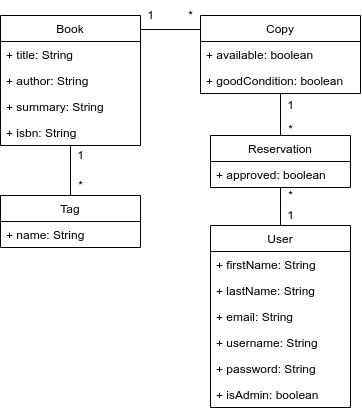
The draw.io diagram class diagram.drawio.png in LauretteBuitenhuis/BookRental, before a commit. Source tidied: cells renumbered, new cells last; positions are measured from the earlier drawing's top-left corner, leaving out a move shared by most shapes.
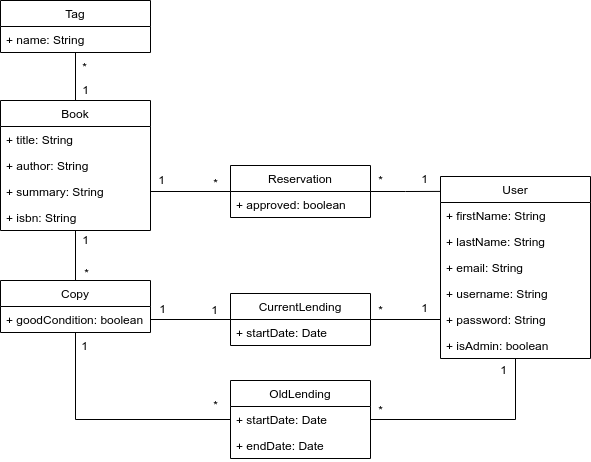
Later version of the same file.

Commit message:
class diagram bijgewerkt

The edit, as a diff of the source:
```diff
@@ -2,105 +2,148 @@
   <root>
     <mxCell id="0" />
     <mxCell id="1" parent="0" />
-    <mxCell id="2" style="edgeStyle=orthogonalEdgeStyle;rounded=0;orthogonalLoop=1;jettySize=auto;html=1;endArrow=none;endFill=0;" parent="1" edge="1">
-      <mxGeometry relative="1" as="geometry">
-        <mxPoint x="140" y="29" as="sourcePoint" />
-        <mxPoint x="200" y="29" as="targetPoint" />
-        <Array as="points">
-          <mxPoint x="150" y="29" />
-          <mxPoint x="150" y="29" />
-        </Array>
-      </mxGeometry>
-    </mxCell>
+    <mxCell id="33" style="edgeStyle=orthogonalEdgeStyle;rounded=0;jettySize=auto;html=1;exitX=0.5;exitY=0;exitDx=0;exitDy=0;endArrow=none;endFill=0;" parent="1" edge="1" source="3" target="9">
+      <mxGeometry relative="1" as="geometry" />
+    </mxCell>
     <mxCell id="3" value="Book" style="swimlane;fontStyle=0;horizontal=1;startSize=26;fillColor=none;" parent="1" vertex="1">
-      <mxGeometry y="15" width="140" height="130" as="geometry" />
+      <mxGeometry x="-50" y="35" width="150" height="130" as="geometry" />
     </mxCell>
     <mxCell id="4" value="+ title: String" style="text;strokeColor=none;fillColor=none;align=left;verticalAlign=top;spacingLeft=4;spacingRight=4;overflow=hidden;" parent="3" vertex="1">
-      <mxGeometry y="26" width="140" height="26" as="geometry" />
+      <mxGeometry y="26" width="150" height="26" as="geometry" />
     </mxCell>
     <mxCell id="5" value="+ author: String" style="text;strokeColor=none;fillColor=none;align=left;verticalAlign=top;spacingLeft=4;spacingRight=4;overflow=hidden;" parent="3" vertex="1">
-      <mxGeometry y="52" width="140" height="26" as="geometry" />
+      <mxGeometry y="52" width="150" height="26" as="geometry" />
     </mxCell>
     <mxCell id="6" value="+ summary: String" style="text;strokeColor=none;fillColor=none;align=left;verticalAlign=top;spacingLeft=4;spacingRight=4;overflow=hidden;points=[[0,0.5],[1,0.5]];portConstraint=eastwest;" parent="3" vertex="1">
-      <mxGeometry y="78" width="140" height="26" as="geometry" />
+      <mxGeometry y="78" width="150" height="26" as="geometry" />
     </mxCell>
     <mxCell id="7" value="+ isbn: String" style="text;strokeColor=none;fillColor=none;align=left;verticalAlign=top;spacingLeft=4;spacingRight=4;overflow=hidden;points=[[0,0.5],[1,0.5]];portConstraint=eastwest;" parent="3" vertex="1">
-      <mxGeometry y="104" width="140" height="26" as="geometry" />
+      <mxGeometry y="104" width="150" height="26" as="geometry" />
     </mxCell>
-    <mxCell id="8" style="edgeStyle=orthogonalEdgeStyle;rounded=0;jettySize=auto;html=1;exitX=0.5;exitY=0;exitDx=0;exitDy=0;entryX=0.5;entryY=0.991;entryDx=0;entryDy=0;entryPerimeter=0;endArrow=none;endFill=0;" parent="1" edge="1" source="9" target="7">
-      <mxGeometry relative="1" as="geometry" />
-    </mxCell>
     <mxCell id="9" value="Tag" style="swimlane;fontStyle=0;horizontal=1;startSize=26;fillColor=none;" parent="1" vertex="1">
-      <mxGeometry y="195" width="140" height="52" as="geometry" />
+      <mxGeometry x="-50" y="-65" width="150" height="52" as="geometry" />
     </mxCell>
     <mxCell id="10" value="+ name: String" style="text;strokeColor=none;fillColor=none;align=left;verticalAlign=top;spacingLeft=4;spacingRight=4;overflow=hidden;" parent="9" vertex="1">
-      <mxGeometry y="26" width="140" height="26" as="geometry" />
+      <mxGeometry y="26" width="150" height="26" as="geometry" />
     </mxCell>
     <mxCell id="11" value="User" style="swimlane;fontStyle=0;horizontal=1;startSize=26;fillColor=none;" parent="1" vertex="1">
-      <mxGeometry x="210" y="225" width="140" height="182" as="geometry" />
+      <mxGeometry x="390" y="111" width="150" height="182" as="geometry" />
     </mxCell>
     <mxCell id="12" value="+ firstName: String" style="text;strokeColor=none;fillColor=none;align=left;verticalAlign=top;spacingLeft=4;spacingRight=4;overflow=hidden;" parent="11" vertex="1">
-      <mxGeometry y="26" width="140" height="26" as="geometry" />
+      <mxGeometry y="26" width="150" height="26" as="geometry" />
     </mxCell>
     <mxCell id="13" value="+ lastName: String" style="text;strokeColor=none;fillColor=none;align=left;verticalAlign=top;spacingLeft=4;spacingRight=4;overflow=hidden;" parent="11" vertex="1">
-      <mxGeometry y="52" width="140" height="26" as="geometry" />
+      <mxGeometry y="52" width="150" height="26" as="geometry" />
     </mxCell>
     <mxCell id="14" value="+ email: String" style="text;strokeColor=none;fillColor=none;align=left;verticalAlign=top;spacingLeft=4;spacingRight=4;overflow=hidden;" parent="11" vertex="1">
-      <mxGeometry y="78" width="140" height="26" as="geometry" />
+      <mxGeometry y="78" width="150" height="26" as="geometry" />
     </mxCell>
     <mxCell id="15" value="+ username: String" style="text;strokeColor=none;fillColor=none;align=left;verticalAlign=top;spacingLeft=4;spacingRight=4;overflow=hidden;" parent="11" vertex="1">
-      <mxGeometry y="104" width="140" height="26" as="geometry" />
+      <mxGeometry y="104" width="150" height="26" as="geometry" />
     </mxCell>
     <mxCell id="16" value="+ password: String" style="text;strokeColor=none;fillColor=none;align=left;verticalAlign=top;spacingLeft=4;spacingRight=4;overflow=hidden;points=[[0,0.5],[1,0.5]];portConstraint=eastwest;" parent="11" vertex="1">
-      <mxGeometry y="130" width="140" height="26" as="geometry" />
+      <mxGeometry y="130" width="150" height="26" as="geometry" />
     </mxCell>
     <mxCell id="17" value="+ isAdmin: boolean" style="text;strokeColor=none;fillColor=none;align=left;verticalAlign=top;spacingLeft=4;spacingRight=4;overflow=hidden;" parent="11" vertex="1">
-      <mxGeometry y="156" width="140" height="26" as="geometry" />
+      <mxGeometry y="156" width="150" height="26" as="geometry" />
     </mxCell>
-    <mxCell id="18" style="edgeStyle=orthogonalEdgeStyle;rounded=0;jettySize=auto;html=1;entryX=0.5;entryY=0;entryDx=0;entryDy=0;endArrow=none;endFill=0;" parent="1" edge="1" source="19" target="11">
-      <mxGeometry relative="1" as="geometry" />
-    </mxCell>
+    <mxCell id="34" style="edgeStyle=orthogonalEdgeStyle;rounded=0;jettySize=auto;html=1;entryX=0;entryY=0.5;entryDx=0;entryDy=0;endArrow=none;endFill=0;" parent="1" edge="1" source="19" target="16">
+      <mxGeometry relative="1" as="geometry" />
+    </mxCell>
-    <mxCell id="19" value="Reservation" style="swimlane;fontStyle=0;horizontal=1;startSize=26;fillColor=none;" parent="1" vertex="1">
-      <mxGeometry x="210" y="135" width="140" height="52" as="geometry" />
+    <mxCell id="19" value="CurrentLending" style="swimlane;fontStyle=0;horizontal=1;startSize=26;fillColor=none;" parent="1" vertex="1">
+      <mxGeometry x="180" y="228" width="140" height="52" as="geometry" />
     </mxCell>
-    <mxCell id="20" value="+ approved: boolean" style="text;strokeColor=none;fillColor=none;align=left;verticalAlign=top;spacingLeft=4;spacingRight=4;overflow=hidden;" parent="19" vertex="1">
+    <mxCell id="20" value="+ startDate: Date" style="text;strokeColor=none;fillColor=none;align=left;verticalAlign=top;spacingLeft=4;spacingRight=4;overflow=hidden;" parent="19" vertex="1">
       <mxGeometry y="26" width="140" height="26" as="geometry" />
     </mxCell>
-    <mxCell id="21" style="edgeStyle=orthogonalEdgeStyle;rounded=0;jettySize=auto;html=1;entryX=0.5;entryY=0;entryDx=0;entryDy=0;endArrow=none;endFill=0;" parent="1" edge="1" source="22" target="19">
-      <mxGeometry relative="1" as="geometry" />
-    </mxCell>
+    <mxCell id="35" style="edgeStyle=orthogonalEdgeStyle;rounded=0;jettySize=auto;html=1;exitX=0.5;exitY=0;exitDx=0;exitDy=0;endArrow=none;endFill=0;" parent="1" edge="1" source="22" target="3">
+      <mxGeometry relative="1" as="geometry" />
+    </mxCell>
+    <mxCell id="36" style="edgeStyle=orthogonalEdgeStyle;rounded=0;jettySize=auto;html=1;endArrow=none;endFill=0;" parent="1" edge="1" source="22" target="51">
+      <mxGeometry relative="1" as="geometry" />
+    </mxCell>
     <mxCell id="22" value="Copy" style="swimlane;fontStyle=0;horizontal=1;startSize=26;fillColor=none;" parent="1" vertex="1">
-      <mxGeometry x="200" y="15" width="160" height="78" as="geometry" />
+      <mxGeometry x="-50" y="215" width="150" height="52" as="geometry" />
     </mxCell>
-    <mxCell id="23" value="+ available: boolean" style="text;strokeColor=none;fillColor=none;align=left;verticalAlign=top;spacingLeft=4;spacingRight=4;overflow=hidden;" parent="22" vertex="1">
-      <mxGeometry y="26" width="160" height="26" as="geometry" />
-    </mxCell>
     <mxCell id="24" value="+ goodCondition: boolean" style="text;strokeColor=none;fillColor=none;align=left;verticalAlign=top;spacingLeft=4;spacingRight=4;overflow=hidden;" parent="22" vertex="1">
-      <mxGeometry y="52" width="160" height="26" as="geometry" />
+      <mxGeometry y="26" width="150" height="26" as="geometry" />
     </mxCell>
-    <mxCell id="25" value="1" style="text;html=1;align=center;verticalAlign=middle;strokeColor=none;fillColor=none;" parent="1" vertex="1">
-      <mxGeometry x="135" width="30" height="30" as="geometry" />
-    </mxCell>
-    <mxCell id="26" value="*" style="text;html=1;align=center;verticalAlign=middle;strokeColor=none;fillColor=none;" parent="1" vertex="1">
-      <mxGeometry x="175" width="30" height="30" as="geometry" />
-    </mxCell>
-    <mxCell id="27" value="1" style="text;html=1;align=center;verticalAlign=middle;strokeColor=none;fillColor=none;" parent="1" vertex="1">
-      <mxGeometry x="65" y="140" width="30" height="30" as="geometry" />
-    </mxCell>
-    <mxCell id="28" value="*" style="text;html=1;align=center;verticalAlign=middle;strokeColor=none;fillColor=none;" parent="1" vertex="1">
-      <mxGeometry x="65" y="170" width="30" height="30" as="geometry" />
-    </mxCell>
-    <mxCell id="29" value="1" style="text;html=1;align=center;verticalAlign=middle;strokeColor=none;fillColor=none;" parent="1" vertex="1">
-      <mxGeometry x="275" y="90" width="30" height="30" as="geometry" />
-    </mxCell>
-    <mxCell id="30" value="*" style="text;html=1;align=center;verticalAlign=middle;strokeColor=none;fillColor=none;" parent="1" vertex="1">
-      <mxGeometry x="275" y="114" width="30" height="30" as="geometry" />
-    </mxCell>
-    <mxCell id="31" value="*" style="text;html=1;align=center;verticalAlign=middle;strokeColor=none;fillColor=none;" parent="1" vertex="1">
-      <mxGeometry x="275" y="180" width="30" height="30" as="geometry" />
-    </mxCell>
-    <mxCell id="32" value="1" style="text;html=1;align=center;verticalAlign=middle;strokeColor=none;fillColor=none;" parent="1" vertex="1">
-      <mxGeometry x="275" y="200" width="30" height="30" as="geometry" />
-    </mxCell>
+    <mxCell id="37" style="edgeStyle=orthogonalEdgeStyle;rounded=0;jettySize=auto;html=1;entryX=0;entryY=0.082;entryDx=0;entryDy=0;entryPerimeter=0;endArrow=none;endFill=0;" parent="1" edge="1" source="38" target="11">
+      <mxGeometry relative="1" as="geometry" />
+    </mxCell>
+    <mxCell id="38" value="Reservation" style="swimlane;fontStyle=0;horizontal=1;startSize=26;fillColor=none;" parent="1" vertex="1">
+      <mxGeometry x="180" y="100" width="140" height="52" as="geometry" />
+    </mxCell>
+    <mxCell id="39" value="+ approved: boolean" style="text;strokeColor=none;fillColor=none;align=left;verticalAlign=top;spacingLeft=4;spacingRight=4;overflow=hidden;" parent="38" vertex="1">
+      <mxGeometry y="26" width="140" height="26" as="geometry" />
+    </mxCell>
+    <mxCell id="40" style="edgeStyle=orthogonalEdgeStyle;rounded=0;jettySize=auto;html=1;exitX=1;exitY=0.5;exitDx=0;exitDy=0;endArrow=none;endFill=0;" parent="1" edge="1" source="6" target="38">
+      <mxGeometry relative="1" as="geometry" />
+    </mxCell>
+    <mxCell id="41" style="edgeStyle=orthogonalEdgeStyle;rounded=0;jettySize=auto;html=1;exitX=1;exitY=0.5;exitDx=0;exitDy=0;endArrow=none;endFill=0;" parent="1" edge="1" target="19">
+      <mxGeometry relative="1" as="geometry">
+        <mxPoint x="100" y="254" as="sourcePoint" />
+      </mxGeometry>
+    </mxCell>
+    <mxCell id="42" value="*" style="text;html=1;align=center;verticalAlign=middle;strokeColor=none;fillColor=none;" parent="1" vertex="1">
+      <mxGeometry x="19" y="-13" width="30" height="30" as="geometry" />
+    </mxCell>
+    <mxCell id="43" value="1" style="text;html=1;align=center;verticalAlign=middle;strokeColor=none;fillColor=none;" parent="1" vertex="1">
+      <mxGeometry x="20" y="10" width="30" height="30" as="geometry" />
+    </mxCell>
+    <mxCell id="44" value="1" style="text;html=1;align=center;verticalAlign=middle;strokeColor=none;fillColor=none;" parent="1" vertex="1">
+      <mxGeometry x="20" y="160" width="30" height="30" as="geometry" />
+    </mxCell>
+    <mxCell id="45" value="*" style="text;html=1;align=center;verticalAlign=middle;strokeColor=none;fillColor=none;" parent="1" vertex="1">
+      <mxGeometry x="21" y="193" width="30" height="30" as="geometry" />
+    </mxCell>
+    <mxCell id="46" value="1" style="text;html=1;align=center;verticalAlign=middle;strokeColor=none;fillColor=none;" parent="1" vertex="1">
+      <mxGeometry x="96" y="100" width="30" height="30" as="geometry" />
+    </mxCell>
+    <mxCell id="47" value="*" style="text;html=1;align=center;verticalAlign=middle;strokeColor=none;fillColor=none;" parent="1" vertex="1">
+      <mxGeometry x="150" y="103" width="30" height="30" as="geometry" />
+    </mxCell>
+    <mxCell id="48" value="1" style="text;html=1;align=center;verticalAlign=middle;strokeColor=none;fillColor=none;" parent="1" vertex="1">
+      <mxGeometry x="97" y="229" width="30" height="30" as="geometry" />
+    </mxCell>
+    <mxCell id="49" style="edgeStyle=orthogonalEdgeStyle;rounded=0;jettySize=auto;html=1;entryX=0.5;entryY=1;entryDx=0;entryDy=0;endArrow=none;endFill=0;" parent="1" edge="1" source="50" target="11">
+      <mxGeometry relative="1" as="geometry" />
+    </mxCell>
+    <mxCell id="50" value="OldLending" style="swimlane;fontStyle=0;horizontal=1;startSize=26;fillColor=none;" parent="1" vertex="1">
+      <mxGeometry x="180" y="315" width="140" height="78" as="geometry" />
+    </mxCell>
+    <mxCell id="51" value="+ startDate: Date" style="text;strokeColor=none;fillColor=none;align=left;verticalAlign=top;spacingLeft=4;spacingRight=4;overflow=hidden;points=[[0,0.5],[1,0.5]];portConstraint=eastwest;" parent="50" vertex="1">
+      <mxGeometry y="26" width="140" height="26" as="geometry" />
+    </mxCell>
+    <mxCell id="52" value="+ endDate: Date" style="text;strokeColor=none;fillColor=none;align=left;verticalAlign=top;spacingLeft=4;spacingRight=4;overflow=hidden;" parent="50" vertex="1">
+      <mxGeometry y="52" width="140" height="26" as="geometry" />
+    </mxCell>
+    <mxCell id="53" value="1" style="text;html=1;align=center;verticalAlign=middle;strokeColor=none;fillColor=none;" parent="1" vertex="1">
+      <mxGeometry x="149" y="230" width="30" height="30" as="geometry" />
+    </mxCell>
+    <mxCell id="54" value="1" style="text;html=1;align=center;verticalAlign=middle;strokeColor=none;fillColor=none;" parent="1" vertex="1">
+      <mxGeometry x="19" y="266" width="30" height="30" as="geometry" />
+    </mxCell>
+    <mxCell id="55" value="*" style="text;html=1;align=center;verticalAlign=middle;strokeColor=none;fillColor=none;" parent="1" vertex="1">
+      <mxGeometry x="150" y="325" width="30" height="30" as="geometry" />
+    </mxCell>
+    <mxCell id="56" value="*" style="text;html=1;align=center;verticalAlign=middle;strokeColor=none;fillColor=none;" parent="1" vertex="1">
+      <mxGeometry x="315" y="100" width="30" height="30" as="geometry" />
+    </mxCell>
+    <mxCell id="57" value="1" style="text;html=1;align=center;verticalAlign=middle;strokeColor=none;fillColor=none;" parent="1" vertex="1">
+      <mxGeometry x="359" y="99" width="30" height="30" as="geometry" />
+    </mxCell>
+    <mxCell id="58" value="*" style="text;html=1;align=center;verticalAlign=middle;strokeColor=none;fillColor=none;" parent="1" vertex="1">
+      <mxGeometry x="315" y="230" width="30" height="30" as="geometry" />
+    </mxCell>
+    <mxCell id="59" value="1" style="text;html=1;align=center;verticalAlign=middle;strokeColor=none;fillColor=none;" parent="1" vertex="1">
+      <mxGeometry x="359" y="228" width="30" height="30" as="geometry" />
+    </mxCell>
+    <mxCell id="60" value="*" style="text;html=1;align=center;verticalAlign=middle;strokeColor=none;fillColor=none;" parent="1" vertex="1">
+      <mxGeometry x="315" y="330" width="30" height="30" as="geometry" />
+    </mxCell>
+    <mxCell id="61" value="1" style="text;html=1;align=center;verticalAlign=middle;strokeColor=none;fillColor=none;" parent="1" vertex="1">
+      <mxGeometry x="438" y="290" width="30" height="30" as="geometry" />
+    </mxCell>
   </root>
 </mxGraphModel>
```
